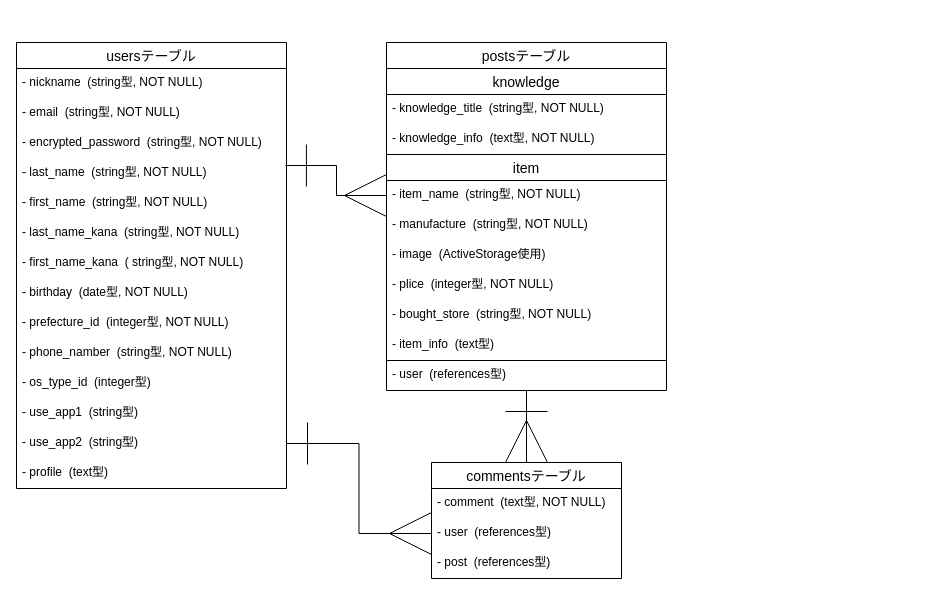
This is ER.dio from sushi1129/side-business-36374, a draw.io file, before an edit. Source tidied: cells renumbered, new cells numbered last; positions are measured from the earlier drawing's top-left corner, leaving out a move shared by most shapes. Both pictures are drawn from the tidied source at 100%, with x=0, y=0 at pixel (16, 42).
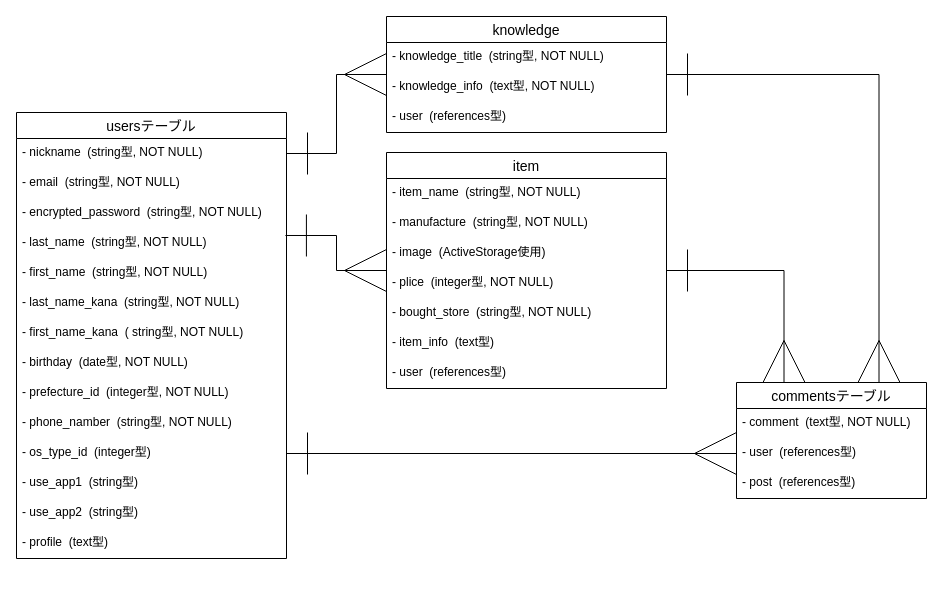
The same page after the edit.

The change refers to these unchanged cells:
```xml
<mxCell id="3" value="- nickname  (string型, NOT NULL)" style="text;strokeColor=none;fillColor=none;spacingLeft=4;spacingRight=4;overflow=hidden;points=[[0,0.5],[1,0.5]];portConstraint=eastwest;fontSize=12;" parent="2" vertex="1">
  <mxGeometry y="26" width="270" height="30" as="geometry" />
</mxCell>
<mxCell id="6" value="- last_name  (string型, NOT NULL)" style="text;strokeColor=none;fillColor=none;spacingLeft=4;spacingRight=4;overflow=hidden;points=[[0,0.5],[1,0.5]];portConstraint=eastwest;fontSize=12;" parent="2" vertex="1">
  <mxGeometry y="116" width="270" height="30" as="geometry" />
</mxCell>
<mxCell id="13" value="- os_type_id  (integer型)" style="text;strokeColor=none;fillColor=none;spacingLeft=4;spacingRight=4;overflow=hidden;points=[[0,0.5],[1,0.5]];portConstraint=eastwest;fontSize=12;" parent="2" vertex="1">
  <mxGeometry y="326" width="270" height="30" as="geometry" />
</mxCell>
<mxCell id="15" value="- use_app2  (string型)" style="text;strokeColor=none;fillColor=none;spacingLeft=4;spacingRight=4;overflow=hidden;points=[[0,0.5],[1,0.5]];portConstraint=eastwest;fontSize=12;" parent="2" vertex="1">
  <mxGeometry y="386" width="270" height="30" as="geometry" />
</mxCell>
<mxCell id="19" value="- user  (references型)" style="text;strokeColor=none;fillColor=none;spacingLeft=4;spacingRight=4;overflow=hidden;points=[[0,0.5],[1,0.5]];portConstraint=eastwest;fontSize=12;" parent="17" vertex="1">
  <mxGeometry y="56" width="190" height="30" as="geometry" />
</mxCell>
<mxCell id="27" value="- item_name  (string型, NOT NULL)" style="text;strokeColor=none;fillColor=none;spacingLeft=4;spacingRight=4;overflow=hidden;points=[[0,0.5],[1,0.5]];portConstraint=eastwest;fontSize=12;" parent="26" vertex="1">
  <mxGeometry y="26" width="280" height="30" as="geometry" />
</mxCell>
```

What changed in the source:
```diff
@@
     <mxCell id="2" value="usersテーブル" style="swimlane;fontStyle=0;horizontal=1;startSize=26;align=center;fontSize=14;" parent="1" vertex="1">
-      <mxGeometry width="270" height="446" as="geometry" />
+      <mxGeometry y="70" width="270" height="446" as="geometry" />
     </mxCell>
@@
     <mxCell id="17" value="commentsテーブル" style="swimlane;fontStyle=0;horizontal=1;startSize=26;align=center;fontSize=14;" parent="1" vertex="1">
-      <mxGeometry x="415" y="420" width="190" height="116" as="geometry" />
+      <mxGeometry x="720" y="340" width="190" height="116" as="geometry" />
     </mxCell>
@@
-    <mxCell id="21" style="edgeStyle=orthogonalEdgeStyle;rounded=0;jettySize=auto;html=1;exitX=0.5;exitY=1;exitDx=0;exitDy=0;entryX=0.5;entryY=0;entryDx=0;entryDy=0;startArrow=ERone;startFill=0;endArrow=ERmany;endFill=0;startSize=40;endSize=40;" parent="1" edge="1" source="22" target="17">
+    <mxCell id="21" style="edgeStyle=orthogonalEdgeStyle;rounded=0;jettySize=auto;html=1;exitX=1;exitY=0.5;exitDx=0;exitDy=0;entryX=0.25;entryY=0;entryDx=0;entryDy=0;startArrow=ERone;startFill=0;endArrow=ERmany;endFill=0;startSize=40;endSize=40;" parent="1" edge="1" source="26" target="17">
       <mxGeometry relative="1" as="geometry" />
     </mxCell>
-    <mxCell id="22" value="postsテーブル" style="swimlane;fontStyle=0;horizontal=1;startSize=26;align=center;fontSize=14;" parent="1" vertex="1">
-      <mxGeometry x="370" width="280" height="348" as="geometry" />
-    </mxCell>
+    <mxCell id="34" style="edgeStyle=orthogonalEdgeStyle;rounded=0;jettySize=auto;html=1;entryX=0;entryY=0.5;entryDx=0;entryDy=0;startArrow=ERone;startFill=0;endArrow=ERmany;endFill=0;startSize=40;endSize=40;exitX=0.996;exitY=0.233;exitDx=0;exitDy=0;exitPerimeter=0;" parent="1" edge="1" source="6" target="26">
+      <mxGeometry relative="1" as="geometry" />
+    </mxCell>
+    <mxCell id="35" style="edgeStyle=orthogonalEdgeStyle;rounded=0;jettySize=auto;html=1;exitX=1;exitY=0.5;exitDx=0;exitDy=0;entryX=0;entryY=0.5;entryDx=0;entryDy=0;startArrow=ERone;startFill=0;endArrow=ERmany;endFill=0;startSize=40;endSize=40;" parent="1" edge="1" source="13" target="19">
+      <mxGeometry relative="1" as="geometry" />
+    </mxCell>
+    <mxCell id="36" style="edgeStyle=orthogonalEdgeStyle;rounded=0;jettySize=auto;html=1;exitX=1;exitY=0.5;exitDx=0;exitDy=0;entryX=0.75;entryY=0;entryDx=0;entryDy=0;startArrow=ERone;startFill=0;endArrow=ERmany;endFill=0;startSize=40;endSize=40;" parent="1" edge="1" source="23" target="17">
+      <mxGeometry relative="1" as="geometry" />
+    </mxCell>
-    <mxCell id="23" value="knowledge" style="swimlane;fontStyle=0;horizontal=1;startSize=26;align=center;fontSize=14;" parent="22" vertex="1">
-      <mxGeometry y="26" width="280" height="86" as="geometry" />
+    <mxCell id="23" value="knowledge" style="swimlane;fontStyle=0;horizontal=1;startSize=26;align=center;fontSize=14;" parent="1" vertex="1">
+      <mxGeometry x="370" y="-26" width="280" height="116" as="geometry" />
     </mxCell>
@@
+    <mxCell id="37" value="- user  (references型)" style="text;strokeColor=none;fillColor=none;spacingLeft=4;spacingRight=4;overflow=hidden;fontSize=12;" parent="23" vertex="1">
+      <mxGeometry y="86" width="280" height="30" as="geometry" />
+    </mxCell>
-    <mxCell id="26" value="item" style="swimlane;fontStyle=0;horizontal=1;startSize=26;align=center;fontSize=14;" parent="22" vertex="1">
-      <mxGeometry y="112" width="280" height="206" as="geometry" />
+    <mxCell id="26" value="item" style="swimlane;fontStyle=0;horizontal=1;startSize=26;align=center;fontSize=14;" parent="1" vertex="1">
+      <mxGeometry x="370" y="110" width="280" height="236" as="geometry" />
     </mxCell>
@@
-    <mxCell id="33" value="- user  (references型)" style="text;strokeColor=none;fillColor=none;spacingLeft=4;spacingRight=4;overflow=hidden;fontSize=12;" parent="22" vertex="1">
-      <mxGeometry y="318" width="280" height="30" as="geometry" />
+    <mxCell id="33" value="- user  (references型)" style="text;strokeColor=none;fillColor=none;spacingLeft=4;spacingRight=4;overflow=hidden;fontSize=12;" parent="26" vertex="1">
+      <mxGeometry y="206" width="280" height="30" as="geometry" />
     </mxCell>
-    <mxCell id="34" style="edgeStyle=orthogonalEdgeStyle;rounded=0;jettySize=auto;html=1;entryX=0;entryY=0.5;entryDx=0;entryDy=0;startArrow=ERone;startFill=0;endArrow=ERmany;endFill=0;startSize=40;endSize=40;exitX=0.996;exitY=0.233;exitDx=0;exitDy=0;exitPerimeter=0;" parent="1" edge="1" source="6" target="27">
-      <mxGeometry relative="1" as="geometry" />
-    </mxCell>
-    <mxCell id="35" style="edgeStyle=orthogonalEdgeStyle;rounded=0;jettySize=auto;html=1;exitX=1;exitY=0.5;exitDx=0;exitDy=0;entryX=0;entryY=0.5;entryDx=0;entryDy=0;startArrow=ERone;startFill=0;endArrow=ERmany;endFill=0;startSize=40;endSize=40;" parent="1" edge="1" source="15" target="19">
-      <mxGeometry relative="1" as="geometry" />
-    </mxCell>
+    <mxCell id="38" style="edgeStyle=orthogonalEdgeStyle;rounded=0;jettySize=auto;html=1;exitX=1;exitY=0.5;exitDx=0;exitDy=0;startArrow=ERone;startFill=0;endArrow=ERmany;endFill=0;endSize=40;startSize=40;entryX=0;entryY=0.5;entryDx=0;entryDy=0;" parent="1" edge="1" source="3" target="23">
+      <mxGeometry relative="1" as="geometry" />
+    </mxCell>
```
